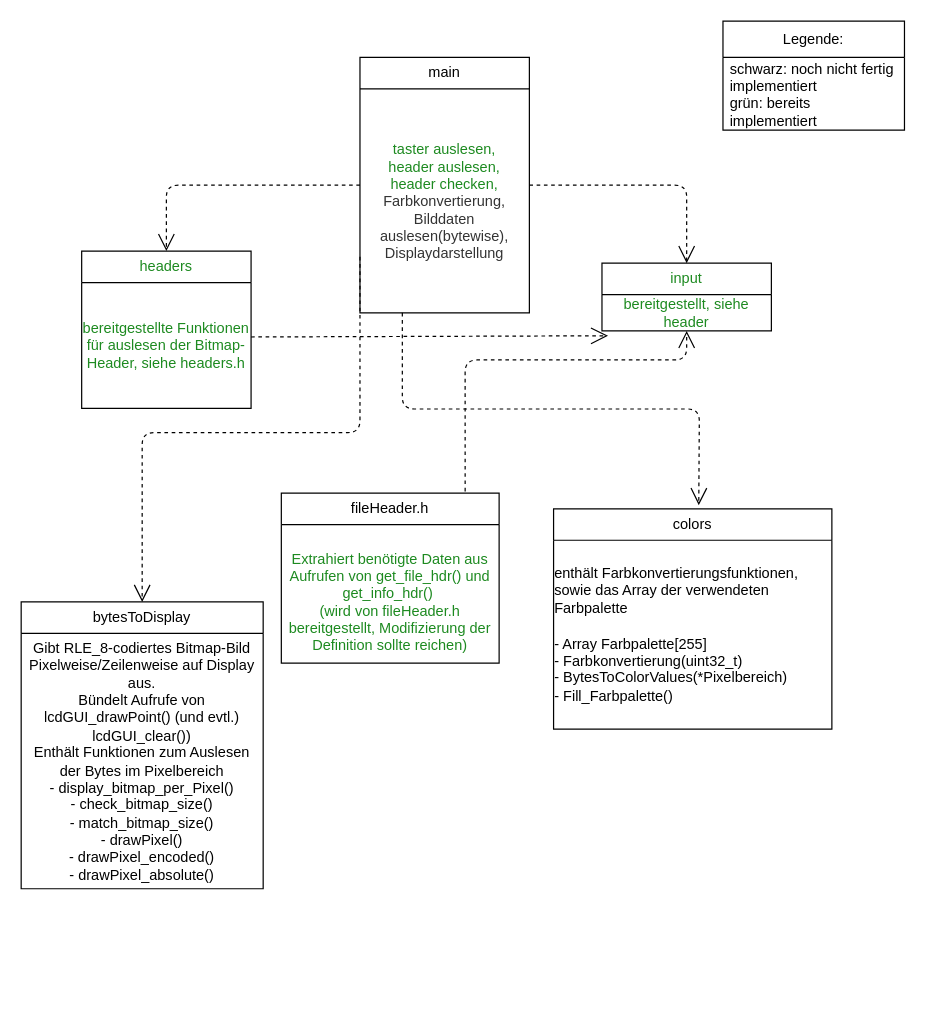
Above: Programs/BitmapDisplay/Modulkonzept.drawio in eljollo/ITS-BRD-VSC (draw.io), before the change. Source tidied: cells renumbered, new cells numbered last; positions are measured from the earlier drawing's top-left corner, leaving out a move shared by most shapes. Both pictures are drawn from the tidied source at 121%, with x=0, y=0 at pixel (21, 21).
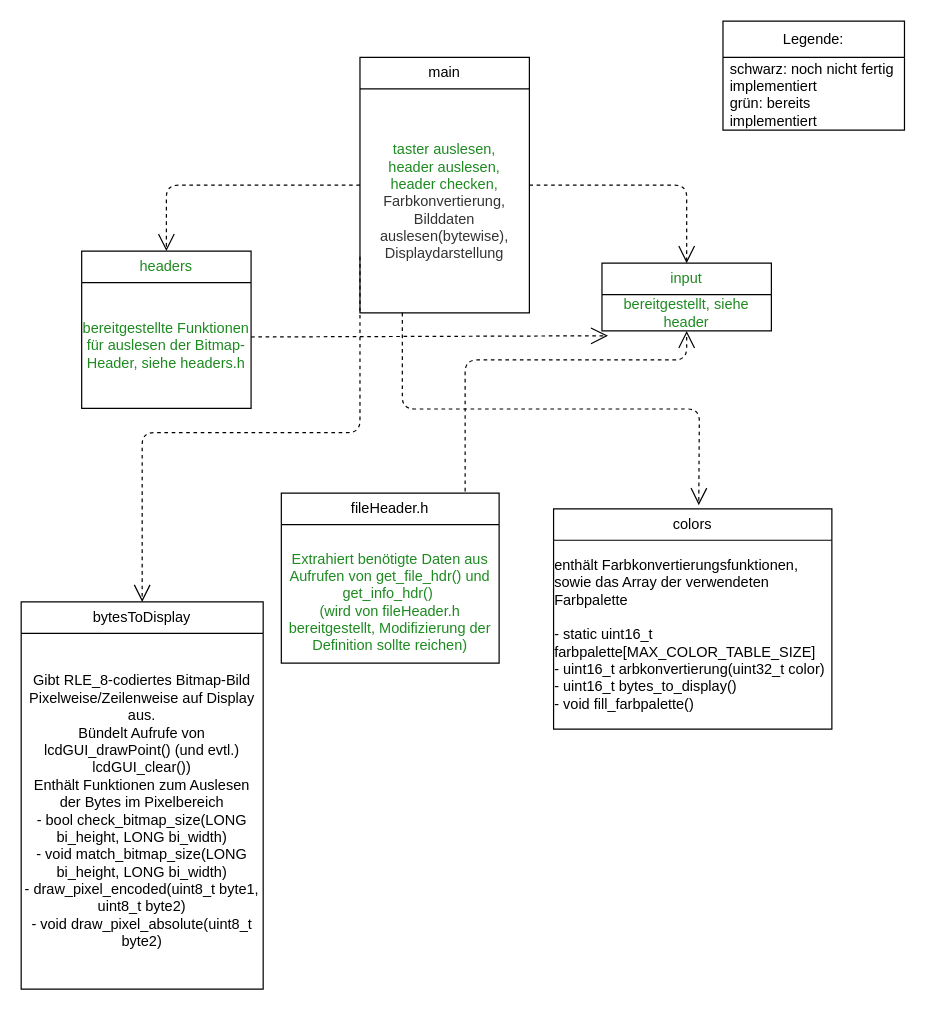
Above is the later version.

The change refers to these unchanged cells:
```xml
<mxCell id="18" value="colors" style="swimlane;fontStyle=0;horizontal=1;startSize=26;fillColor=none;whiteSpace=wrap;html=1;" parent="1" vertex="1">
  <mxGeometry x="440" y="403" width="230" height="182" as="geometry" />
</mxCell>
```

The edit, as a diff of the source:
```diff
@@
     <mxCell id="14" value="bytesToDisplay" style="swimlane;fontStyle=0;horizontal=1;startSize=26;fillColor=none;whiteSpace=wrap;html=1;" parent="1" vertex="1">
-      <mxGeometry y="480" width="200" height="237" as="geometry" />
+      <mxGeometry y="480" width="200" height="320" as="geometry" />
     </mxCell>
-    <mxCell id="15" value="Gibt RLE_8-codiertes Bitmap-Bild Pixelweise/Zeilenweise auf Display aus.&lt;div&gt;Bündelt Aufrufe von lcdGUI_drawPoint() (und evtl.) lcdGUI_clear())&lt;/div&gt;&lt;div&gt;Enthält Funktionen zum Auslesen der Bytes im Pixelbereich&lt;/div&gt;&lt;div&gt;- display_bitmap_per_Pixel()&lt;/div&gt;&lt;div&gt;- check_bitmap_size()&lt;/div&gt;&lt;div&gt;- match_bitmap_size()&lt;/div&gt;&lt;div&gt;- drawPixel()&lt;/div&gt;&lt;div&gt;- drawPixel_encoded()&lt;/div&gt;&lt;div&gt;- drawPixel_absolute()&lt;/div&gt;" style="text;html=1;whiteSpace=wrap;strokeColor=none;fillColor=none;align=center;verticalAlign=middle;rounded=0;" parent="14" vertex="1">
-      <mxGeometry y="26" width="200" height="211" as="geometry" />
+    <mxCell id="15" value="Gibt RLE_8-codiertes Bitmap-Bild Pixelweise/Zeilenweise auf Display aus.&lt;div&gt;Bündelt Aufrufe von lcdGUI_drawPoint() (und evtl.) lcdGUI_clear())&lt;/div&gt;&lt;div&gt;Enthält Funktionen zum Auslesen der Bytes im Pixelbereich&lt;/div&gt;&lt;div&gt;- bool check_bitmap_size(LONG bi_height, LONG bi_width)&lt;/div&gt;&lt;div&gt;- void match_bitmap_size(LONG bi_height, LONG bi_width)&lt;/div&gt;&lt;div&gt;- draw_pixel_encoded(uint8_t byte1, uint8_t byte2)&lt;/div&gt;&lt;div&gt;- void draw_pixel_absolute(uint8_t byte2)&lt;/div&gt;" style="text;html=1;whiteSpace=wrap;strokeColor=none;fillColor=none;align=center;verticalAlign=middle;rounded=0;" parent="14" vertex="1">
+      <mxGeometry y="26" width="200" height="294" as="geometry" />
     </mxCell>
@@
-    <mxCell id="19" value="&lt;div style=&quot;text-align: left;&quot;&gt;&lt;span style=&quot;background-color: transparent;&quot;&gt;enthält Farbkonvertierungsfunktionen, sowie das Array der verwendeten Farbpalette&lt;br&gt;&lt;br&gt;- Array Farbpalette[255]&lt;/span&gt;&lt;/div&gt;&lt;div style=&quot;text-align: left;&quot;&gt;&lt;span style=&quot;background-color: transparent;&quot;&gt;- Farbkonvertierung(uint32_t)&lt;/span&gt;&lt;/div&gt;&lt;div style=&quot;text-align: left;&quot;&gt;&lt;span style=&quot;background-color: transparent;&quot;&gt;- BytesToColorValues(*Pixelbereich)&lt;/span&gt;&lt;/div&gt;&lt;div style=&quot;text-align: left;&quot;&gt;&lt;span style=&quot;background-color: transparent;&quot;&gt;- Fill_Farbpalette()&lt;/span&gt;&lt;/div&gt;" style="text;html=1;whiteSpace=wrap;strokeColor=none;fillColor=none;align=center;verticalAlign=middle;rounded=0;" parent="18" vertex="1">
+    <mxCell id="19" value="&lt;div style=&quot;text-align: left;&quot;&gt;&lt;span style=&quot;background-color: transparent;&quot;&gt;enthält Farbkonvertierungsfunktionen, sowie das Array der verwendeten Farbpalette&lt;br&gt;&lt;br&gt;- static uint16_t farbpalette[MAX_COLOR_TABLE_SIZE]&lt;/span&gt;&lt;/div&gt;&lt;div style=&quot;text-align: left;&quot;&gt;&lt;span style=&quot;background-color: transparent;&quot;&gt;- uint16_t arbkonvertierung(uint32_t color)&lt;/span&gt;&lt;/div&gt;&lt;div style=&quot;text-align: left;&quot;&gt;&lt;span style=&quot;background-color: transparent;&quot;&gt;- uint16_t bytes_to_display()&lt;/span&gt;&lt;/div&gt;&lt;div style=&quot;text-align: left;&quot;&gt;&lt;span style=&quot;background-color: transparent;&quot;&gt;- void fill_farbpalette()&lt;/span&gt;&lt;/div&gt;" style="text;html=1;whiteSpace=wrap;strokeColor=none;fillColor=none;align=center;verticalAlign=middle;rounded=0;" parent="18" vertex="1">
       <mxGeometry y="26" width="230" height="156" as="geometry" />
     </mxCell>
```
